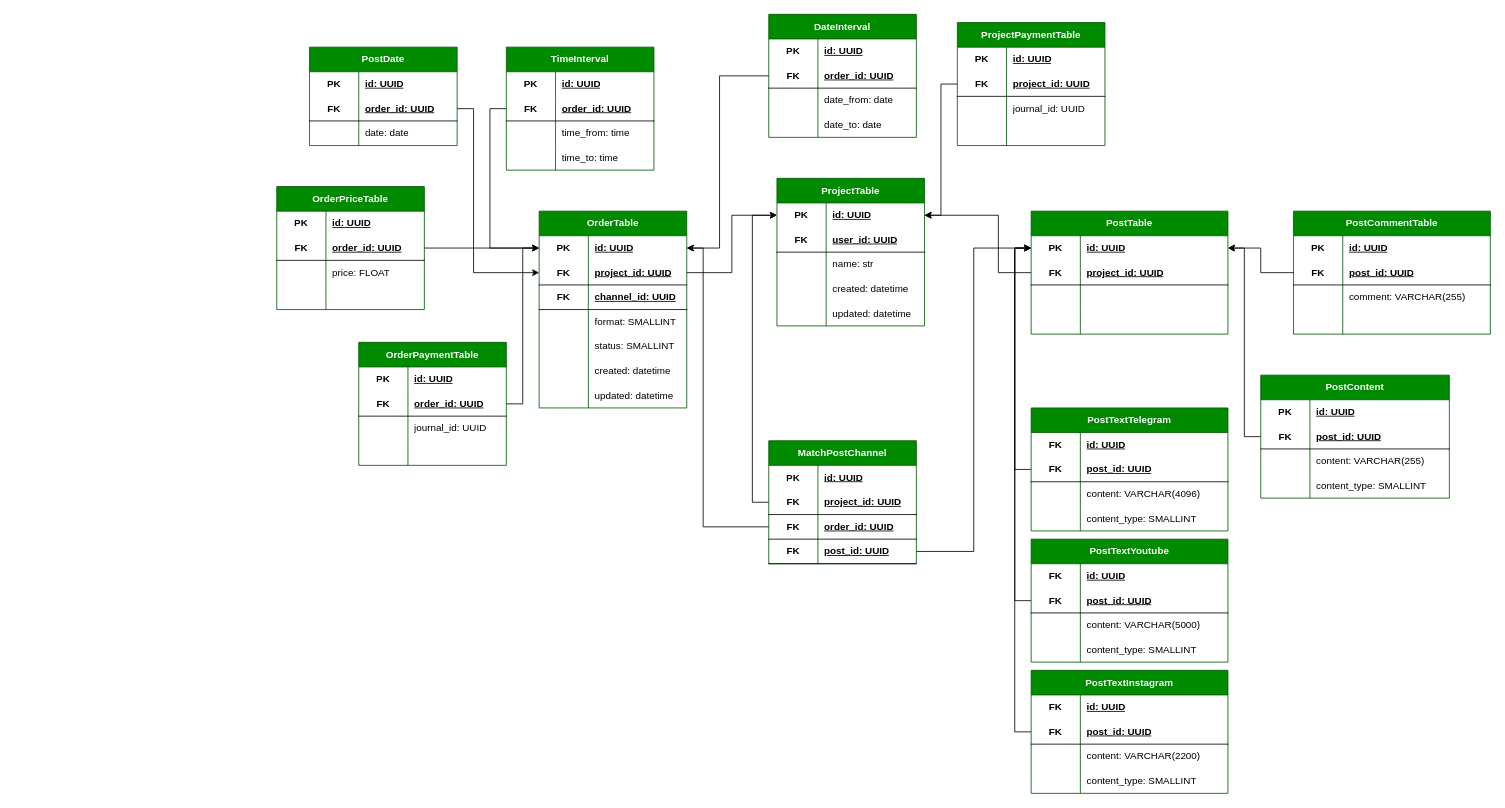
KmvRoman/Diagrams keeps this draw.io diagram as page "order_database" (7 of 12) of Advertiser-Blogger.drawio. Above is the earlier version. Source tidied: cells renumbered, new cells numbered last; positions are measured from the earlier drawing's top-left corner, leaving out a move shared by most shapes. Both pictures are drawn from the tidied source at 82%, with x=0, y=0 at pixel (276, 14).
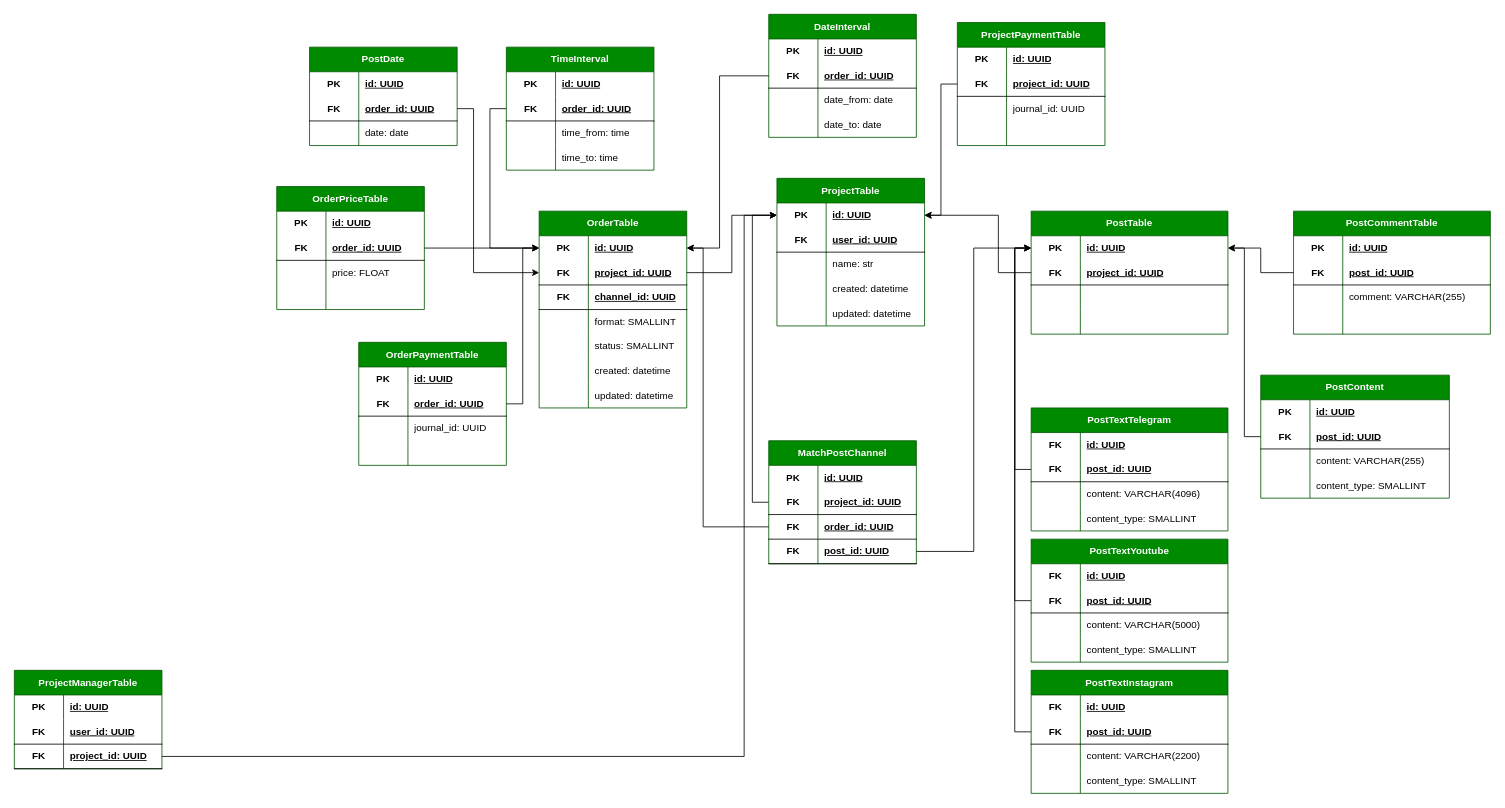
The same diagram, later.

The change refers to these unchanged cells:
```xml
<mxCell id="3" style="shape=tableRow;horizontal=0;startSize=0;swimlaneHead=0;swimlaneBody=0;fillColor=none;points=[[0,0.5],[1,0.5]];portConstraint=eastwest;top=0;left=0;right=0;bottom=0;html=1;" parent="2" vertex="1">
  <mxGeometry y="30" width="180" height="30" as="geometry" />
</mxCell>
```

Diff of the diagram source:
```diff
@@
+    <mxCell id="222" value="ProjectManagerTable" style="shape=table;startSize=30;childLayout=tableLayout;rowLines=0;fontStyle=1;align=center;html=1;whiteSpace=wrap;fillColor=#008a00;fontColor=#ffffff;strokeColor=#005700;" parent="1" vertex="1">
+      <mxGeometry x="-320" y="800" width="180" height="120" as="geometry" />
+    </mxCell>
+    <mxCell id="223" style="shape=tableRow;horizontal=0;startSize=0;swimlaneHead=0;swimlaneBody=0;fillColor=none;top=0;left=0;right=0;bottom=0;html=1;" parent="222" vertex="1">
+      <mxGeometry y="30" width="180" height="30" as="geometry" />
+    </mxCell>
+    <mxCell id="224" value="PK" style="shape=partialRectangle;fillColor=none;top=0;left=0;bottom=0;right=0;fontStyle=1;overflow=hidden;html=1;whiteSpace=wrap;" parent="223" vertex="1">
+      <mxGeometry width="60" height="30" as="geometry" />
+    </mxCell>
+    <mxCell id="225" value="id: UUID" style="shape=partialRectangle;fillColor=none;top=0;left=0;bottom=0;right=0;align=left;spacingLeft=6;fontStyle=5;overflow=hidden;html=1;whiteSpace=wrap;" parent="223" vertex="1">
+      <mxGeometry x="60" width="120" height="30" as="geometry" />
+    </mxCell>
+    <mxCell id="226" style="shape=tableRow;horizontal=0;startSize=0;swimlaneHead=0;swimlaneBody=0;fillColor=none;top=0;left=0;right=0;bottom=1;html=1;" parent="222" vertex="1">
+      <mxGeometry y="60" width="180" height="30" as="geometry" />
+    </mxCell>
+    <mxCell id="227" value="FK" style="shape=partialRectangle;fillColor=none;top=0;left=0;bottom=0;right=0;fontStyle=1;overflow=hidden;html=1;whiteSpace=wrap;" parent="226" vertex="1">
+      <mxGeometry width="60" height="30" as="geometry" />
+    </mxCell>
+    <mxCell id="228" value="user_id: UUID" style="shape=partialRectangle;fillColor=none;top=0;left=0;bottom=0;right=0;align=left;spacingLeft=6;fontStyle=5;overflow=hidden;html=1;whiteSpace=wrap;" parent="226" vertex="1">
+      <mxGeometry x="60" width="120" height="30" as="geometry" />
+    </mxCell>
+    <mxCell id="229" style="shape=tableRow;horizontal=0;startSize=0;swimlaneHead=0;swimlaneBody=0;fillColor=none;points=[[0,0.5],[1,0.5]];portConstraint=eastwest;top=0;left=0;right=0;bottom=1;html=1;" parent="222" vertex="1">
+      <mxGeometry y="90" width="180" height="30" as="geometry" />
+    </mxCell>
+    <mxCell id="230" value="FK" style="shape=partialRectangle;fillColor=none;top=0;left=0;bottom=0;right=0;fontStyle=1;overflow=hidden;html=1;whiteSpace=wrap;" parent="229" vertex="1">
+      <mxGeometry width="60" height="30" as="geometry" />
+    </mxCell>
+    <mxCell id="231" value="project_id: UUID" style="shape=partialRectangle;fillColor=none;top=0;left=0;bottom=0;right=0;align=left;spacingLeft=6;fontStyle=5;overflow=hidden;html=1;whiteSpace=wrap;" parent="229" vertex="1">
+      <mxGeometry x="60" width="120" height="30" as="geometry" />
+    </mxCell>
+    <mxCell id="232" style="edgeStyle=orthogonalEdgeStyle;rounded=0;jettySize=auto;html=1;entryX=0;entryY=0.5;entryDx=0;entryDy=0;" parent="1" edge="1" source="229" target="3">
+      <mxGeometry relative="1" as="geometry">
+        <Array as="points">
+          <mxPoint x="570" y="905" />
+          <mxPoint x="570" y="245" />
+        </Array>
+      </mxGeometry>
+    </mxCell>
```
